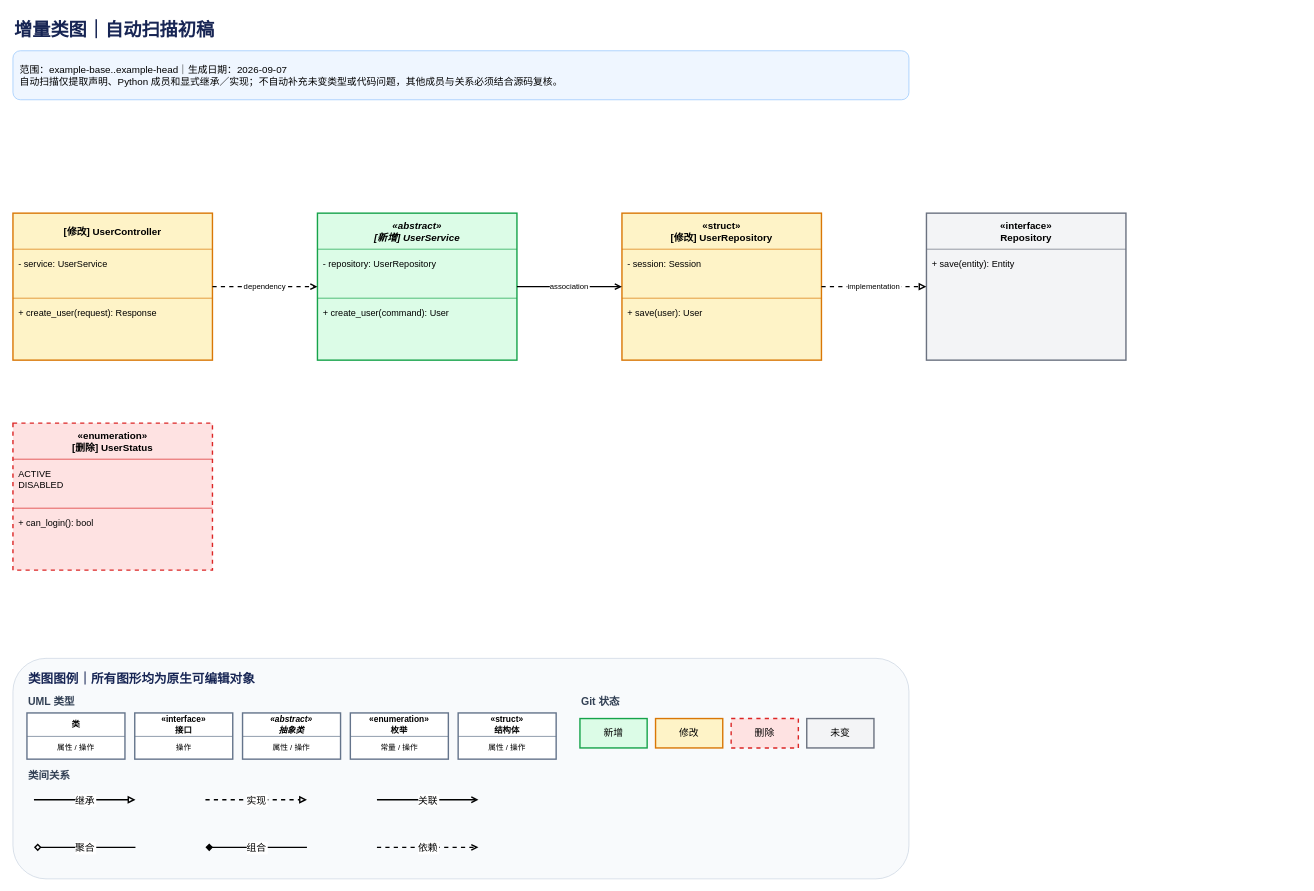
Before: assets/class-diagram-example.drawio in mycn6/incremental-class-diagram-generator, a draw.io diagram. Source tidied: cells renumbered, new cells numbered last; positions are measured from the earlier drawing's top-left corner, leaving out a move shared by most shapes. Both pictures are drawn from the tidied source at 70%, with x=0, y=0 at pixel (13, 12).
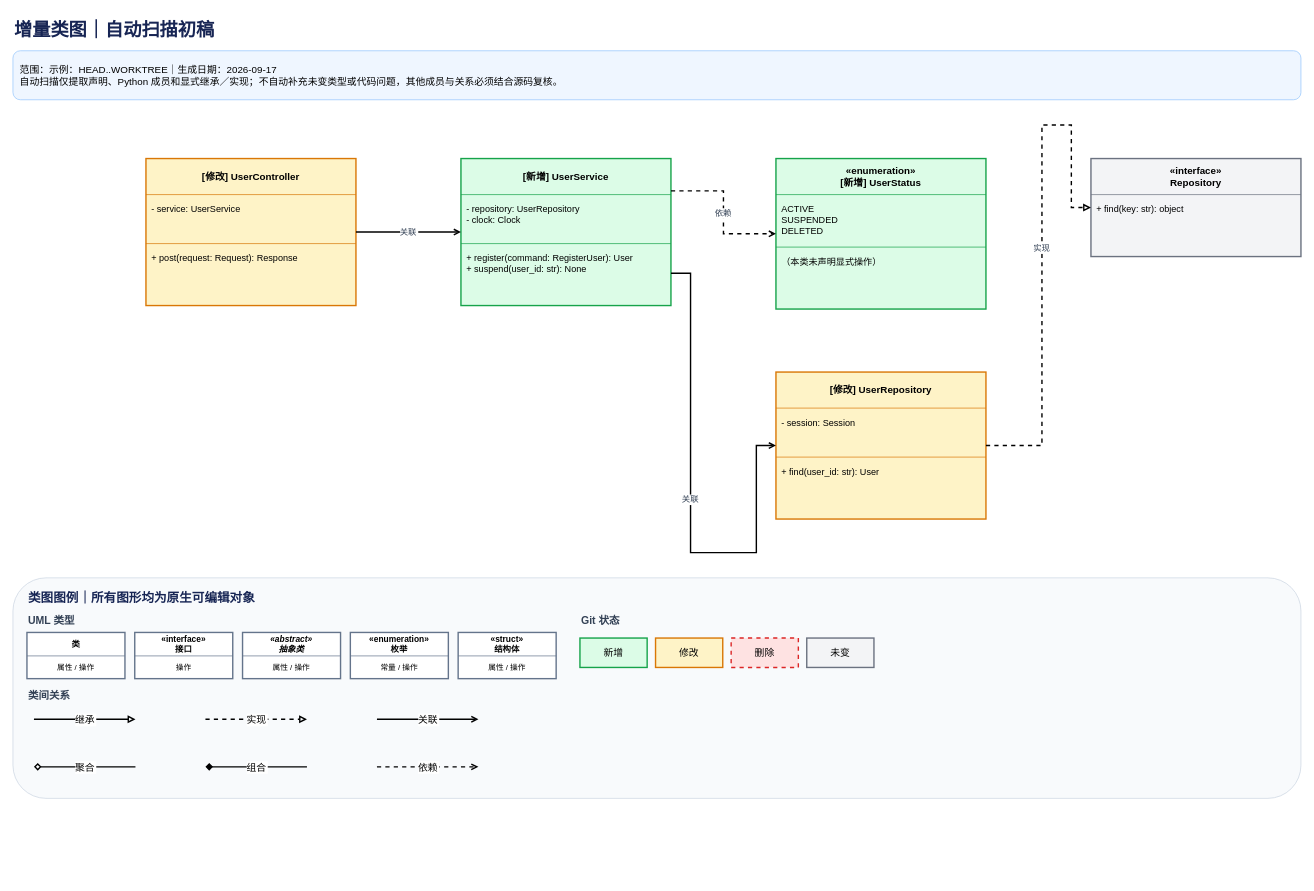
After the change.

Commit message (it also covers changes not shown here):
优化增量类图分页、排版与关系路由

Change to the diagram source:
```diff
@@
     <mxCell id="2" value="增量类图｜自动扫描初稿" style="text;html=0;align=left;verticalAlign=middle;fontFamily=Microsoft YaHei;fontSize=26;fontStyle=1;fontColor=#172554;" parent="1" vertex="1">
-      <mxGeometry width="1280" height="45" as="geometry" />
+      <mxGeometry width="1840" height="45" as="geometry" />
     </mxCell>
-    <mxCell id="3" value="范围：example-base..example-head｜生成日期：2026-09-07&#10;自动扫描仅提取声明、Python 成员和显式继承／实现；不自动补充未变类型或代码问题，其他成员与关系必须结合源码复核。" style="rounded=1;whiteSpace=wrap;html=0;align=left;verticalAlign=middle;fillColor=#EFF6FF;strokeColor=#93C5FD;fontFamily=Microsoft YaHei;fontSize=14;spacing=10;" parent="1" vertex="1">
-      <mxGeometry y="55" width="1280" height="70" as="geometry" />
+    <mxCell id="3" value="范围：示例：HEAD..WORKTREE｜生成日期：2026-09-17&#10;自动扫描仅提取声明、Python 成员和显式继承／实现；不自动补充未变类型或代码问题，其他成员与关系必须结合源码复核。" style="rounded=1;whiteSpace=wrap;html=0;align=left;verticalAlign=middle;fillColor=#EFF6FF;strokeColor=#93C5FD;fontFamily=Microsoft YaHei;fontSize=14;spacing=10;" parent="1" vertex="1">
+      <mxGeometry y="55" width="1840" height="70" as="geometry" />
     </mxCell>
     <mxCell id="4" style="shape=rectangle;rounded=0;whiteSpace=wrap;html=0;strokeWidth=2;align=center;verticalAlign=middle;spacing=0;fillColor=#DCFCE7;strokeColor=#16A34A;dashed=0;" parent="1" vertex="1">
-      <mxGeometry x="435" y="287" width="285" height="210" as="geometry" />
+      <mxGeometry x="640" y="209" width="300" height="210" as="geometry" />
     </mxCell>
-    <mxCell id="5" value="«abstract»&#10;[新增] UserService" style="shape=rectangle;rounded=0;whiteSpace=wrap;html=0;fillColor=none;strokeColor=none;fontFamily=Microsoft YaHei;fontSize=14;fontStyle=3;align=center;verticalAlign=middle;spacing=4;" parent="4" vertex="1">
-      <mxGeometry width="285" height="52" as="geometry" />
+    <mxCell id="5" value="[新增] UserService" style="shape=rectangle;rounded=0;whiteSpace=wrap;html=0;fillColor=none;strokeColor=none;fontFamily=Microsoft YaHei;fontSize=14;fontStyle=1;align=center;verticalAlign=middle;spacing=4;" parent="4" vertex="1">
+      <mxGeometry width="300" height="52" as="geometry" />
     </mxCell>
-    <mxCell id="6" value="- repository: UserRepository" style="shape=rectangle;rounded=0;whiteSpace=wrap;html=0;fillColor=none;strokeColor=none;fontFamily=Microsoft YaHei;fontSize=13;fontStyle=0;align=left;verticalAlign=top;spacing=8;" parent="4" vertex="1">
-      <mxGeometry y="52" width="285" height="70" as="geometry" />
+    <mxCell id="6" value="- repository: UserRepository&#10;- clock: Clock" style="shape=rectangle;rounded=0;whiteSpace=wrap;html=0;fillColor=none;strokeColor=none;fontFamily=Microsoft YaHei;fontSize=13;fontStyle=0;align=left;verticalAlign=top;spacing=8;" parent="4" vertex="1">
+      <mxGeometry y="52" width="300" height="70" as="geometry" />
     </mxCell>
-    <mxCell id="7" value="+ create_user(command): User" style="shape=rectangle;rounded=0;whiteSpace=wrap;html=0;fillColor=none;strokeColor=none;fontFamily=Microsoft YaHei;fontSize=13;fontStyle=0;align=left;verticalAlign=top;spacing=8;" parent="4" vertex="1">
-      <mxGeometry y="122" width="285" height="88" as="geometry" />
+    <mxCell id="7" value="+ register(command: RegisterUser): User&#10;+ suspend(user_id: str): None" style="shape=rectangle;rounded=0;whiteSpace=wrap;html=0;fillColor=none;strokeColor=none;fontFamily=Microsoft YaHei;fontSize=13;fontStyle=0;align=left;verticalAlign=top;spacing=8;" parent="4" vertex="1">
+      <mxGeometry y="122" width="300" height="88" as="geometry" />
     </mxCell>
     <mxCell id="8" style="shape=line;direction=east;strokeWidth=1;strokeColor=#16A34A;fillColor=none;" parent="4" vertex="1">
-      <mxGeometry y="51" width="285" height="1" as="geometry" />
+      <mxGeometry y="51" width="300" height="1" as="geometry" />
     </mxCell>
     <mxCell id="9" style="shape=line;direction=east;strokeWidth=1;strokeColor=#16A34A;fillColor=none;" parent="4" vertex="1">
-      <mxGeometry y="121" width="285" height="1" as="geometry" />
+      <mxGeometry y="121" width="300" height="1" as="geometry" />
     </mxCell>
-    <mxCell id="10" style="shape=rectangle;rounded=0;whiteSpace=wrap;html=0;strokeWidth=2;align=center;verticalAlign=middle;spacing=0;fillColor=#FEF3C7;strokeColor=#D97706;dashed=0;" parent="1" vertex="1">
-      <mxGeometry y="287" width="285" height="210" as="geometry" />
+    <mxCell id="10" style="shape=rectangle;rounded=0;whiteSpace=wrap;html=0;strokeWidth=2;align=center;verticalAlign=middle;spacing=0;fillColor=#DCFCE7;strokeColor=#16A34A;dashed=0;" parent="1" vertex="1">
+      <mxGeometry x="1090" y="209" width="300" height="215" as="geometry" />
     </mxCell>
-    <mxCell id="11" value="[修改] UserController" style="shape=rectangle;rounded=0;whiteSpace=wrap;html=0;fillColor=none;strokeColor=none;fontFamily=Microsoft YaHei;fontSize=14;fontStyle=1;align=center;verticalAlign=middle;spacing=4;" parent="10" vertex="1">
-      <mxGeometry width="285" height="52" as="geometry" />
+    <mxCell id="11" value="«enumeration»&#10;[新增] UserStatus" style="shape=rectangle;rounded=0;whiteSpace=wrap;html=0;fillColor=none;strokeColor=none;fontFamily=Microsoft YaHei;fontSize=14;fontStyle=1;align=center;verticalAlign=middle;spacing=4;" parent="10" vertex="1">
+      <mxGeometry width="300" height="52" as="geometry" />
     </mxCell>
-    <mxCell id="12" value="- service: UserService" style="shape=rectangle;rounded=0;whiteSpace=wrap;html=0;fillColor=none;strokeColor=none;fontFamily=Microsoft YaHei;fontSize=13;fontStyle=0;align=left;verticalAlign=top;spacing=8;" parent="10" vertex="1">
-      <mxGeometry y="52" width="285" height="70" as="geometry" />
-    </mxCell>
+    <mxCell id="70" value="ACTIVE&#10;SUSPENDED&#10;DELETED" style="shape=rectangle;rounded=0;whiteSpace=wrap;html=0;fillColor=none;strokeColor=none;fontFamily=Microsoft YaHei;fontSize=13;fontStyle=0;align=left;verticalAlign=top;spacing=8;" parent="10" vertex="1">
+      <mxGeometry y="52" width="300" height="75" as="geometry" />
+    </mxCell>
-    <mxCell id="13" value="+ create_user(request): Response" style="shape=rectangle;rounded=0;whiteSpace=wrap;html=0;fillColor=none;strokeColor=none;fontFamily=Microsoft YaHei;fontSize=13;fontStyle=0;align=left;verticalAlign=top;spacing=8;" parent="10" vertex="1">
-      <mxGeometry y="122" width="285" height="88" as="geometry" />
+    <mxCell id="13" value="（本类未声明显式操作）" style="shape=rectangle;rounded=0;whiteSpace=wrap;html=0;fillColor=none;strokeColor=none;fontFamily=Microsoft YaHei;fontSize=13;fontStyle=0;align=left;verticalAlign=top;spacing=8;" parent="10" vertex="1">
+      <mxGeometry y="127" width="300" height="88" as="geometry" />
     </mxCell>
-    <mxCell id="14" style="shape=line;direction=east;strokeWidth=1;strokeColor=#D97706;fillColor=none;" parent="10" vertex="1">
-      <mxGeometry y="51" width="285" height="1" as="geometry" />
+    <mxCell id="14" style="shape=line;direction=east;strokeWidth=1;strokeColor=#16A34A;fillColor=none;" parent="10" vertex="1">
+      <mxGeometry y="51" width="300" height="1" as="geometry" />
     </mxCell>
-    <mxCell id="15" style="shape=line;direction=east;strokeWidth=1;strokeColor=#D97706;fillColor=none;" parent="10" vertex="1">
-      <mxGeometry y="121" width="285" height="1" as="geometry" />
+    <mxCell id="15" style="shape=line;direction=east;strokeWidth=1;strokeColor=#16A34A;fillColor=none;" parent="10" vertex="1">
+      <mxGeometry y="126" width="300" height="1" as="geometry" />
     </mxCell>
     <mxCell id="16" style="shape=rectangle;rounded=0;whiteSpace=wrap;html=0;strokeWidth=2;align=center;verticalAlign=middle;spacing=0;fillColor=#FEF3C7;strokeColor=#D97706;dashed=0;" parent="1" vertex="1">
-      <mxGeometry x="870" y="287" width="285" height="210" as="geometry" />
+      <mxGeometry x="190" y="209" width="300" height="210" as="geometry" />
     </mxCell>
-    <mxCell id="17" value="«struct»&#10;[修改] UserRepository" style="shape=rectangle;rounded=0;whiteSpace=wrap;html=0;fillColor=none;strokeColor=none;fontFamily=Microsoft YaHei;fontSize=14;fontStyle=1;align=center;verticalAlign=middle;spacing=4;" parent="16" vertex="1">
-      <mxGeometry width="285" height="52" as="geometry" />
+    <mxCell id="17" value="[修改] UserController" style="shape=rectangle;rounded=0;whiteSpace=wrap;html=0;fillColor=none;strokeColor=none;fontFamily=Microsoft YaHei;fontSize=14;fontStyle=1;align=center;verticalAlign=middle;spacing=4;" parent="16" vertex="1">
+      <mxGeometry width="300" height="52" as="geometry" />
     </mxCell>
-    <mxCell id="18" value="- session: Session" style="shape=rectangle;rounded=0;whiteSpace=wrap;html=0;fillColor=none;strokeColor=none;fontFamily=Microsoft YaHei;fontSize=13;fontStyle=0;align=left;verticalAlign=top;spacing=8;" parent="16" vertex="1">
-      <mxGeometry y="52" width="285" height="70" as="geometry" />
+    <mxCell id="18" value="- service: UserService" style="shape=rectangle;rounded=0;whiteSpace=wrap;html=0;fillColor=none;strokeColor=none;fontFamily=Microsoft YaHei;fontSize=13;fontStyle=0;align=left;verticalAlign=top;spacing=8;" parent="16" vertex="1">
+      <mxGeometry y="52" width="300" height="70" as="geometry" />
     </mxCell>
-    <mxCell id="19" value="+ save(user): User" style="shape=rectangle;rounded=0;whiteSpace=wrap;html=0;fillColor=none;strokeColor=none;fontFamily=Microsoft YaHei;fontSize=13;fontStyle=0;align=left;verticalAlign=top;spacing=8;" parent="16" vertex="1">
-      <mxGeometry y="122" width="285" height="88" as="geometry" />
+    <mxCell id="19" value="+ post(request: Request): Response" style="shape=rectangle;rounded=0;whiteSpace=wrap;html=0;fillColor=none;strokeColor=none;fontFamily=Microsoft YaHei;fontSize=13;fontStyle=0;align=left;verticalAlign=top;spacing=8;" parent="16" vertex="1">
+      <mxGeometry y="122" width="300" height="88" as="geometry" />
     </mxCell>
     <mxCell id="20" style="shape=line;direction=east;strokeWidth=1;strokeColor=#D97706;fillColor=none;" parent="16" vertex="1">
-      <mxGeometry y="51" width="285" height="1" as="geometry" />
+      <mxGeometry y="51" width="300" height="1" as="geometry" />
     </mxCell>
     <mxCell id="21" style="shape=line;direction=east;strokeWidth=1;strokeColor=#D97706;fillColor=none;" parent="16" vertex="1">
-      <mxGeometry y="121" width="285" height="1" as="geometry" />
+      <mxGeometry y="121" width="300" height="1" as="geometry" />
     </mxCell>
-    <mxCell id="22" style="shape=rectangle;rounded=0;whiteSpace=wrap;html=0;strokeWidth=2;align=center;verticalAlign=middle;spacing=0;fillColor=#FEE2E2;strokeColor=#DC2626;dashed=1;" parent="1" vertex="1">
-      <mxGeometry y="587" width="285" height="210" as="geometry" />
+    <mxCell id="22" style="shape=rectangle;rounded=0;whiteSpace=wrap;html=0;strokeWidth=2;align=center;verticalAlign=middle;spacing=0;fillColor=#FEF3C7;strokeColor=#D97706;dashed=0;" parent="1" vertex="1">
+      <mxGeometry x="1090" y="514" width="300" height="210" as="geometry" />
     </mxCell>
-    <mxCell id="23" value="«enumeration»&#10;[删除] UserStatus" style="shape=rectangle;rounded=0;whiteSpace=wrap;html=0;fillColor=none;strokeColor=none;fontFamily=Microsoft YaHei;fontSize=14;fontStyle=1;align=center;verticalAlign=middle;spacing=4;" parent="22" vertex="1">
-      <mxGeometry width="285" height="52" as="geometry" />
+    <mxCell id="23" value="[修改] UserRepository" style="shape=rectangle;rounded=0;whiteSpace=wrap;html=0;fillColor=none;strokeColor=none;fontFamily=Microsoft YaHei;fontSize=14;fontStyle=1;align=center;verticalAlign=middle;spacing=4;" parent="22" vertex="1">
+      <mxGeometry width="300" height="52" as="geometry" />
     </mxCell>
-    <mxCell id="24" value="ACTIVE&#10;DISABLED" style="shape=rectangle;rounded=0;whiteSpace=wrap;html=0;fillColor=none;strokeColor=none;fontFamily=Microsoft YaHei;fontSize=13;fontStyle=0;align=left;verticalAlign=top;spacing=8;" parent="22" vertex="1">
-      <mxGeometry y="52" width="285" height="70" as="geometry" />
-    </mxCell>
+    <mxCell id="71" value="- session: Session" style="shape=rectangle;rounded=0;whiteSpace=wrap;html=0;fillColor=none;strokeColor=none;fontFamily=Microsoft YaHei;fontSize=13;fontStyle=0;align=left;verticalAlign=top;spacing=8;" parent="22" vertex="1">
+      <mxGeometry y="52" width="300" height="70" as="geometry" />
+    </mxCell>
-    <mxCell id="25" value="+ can_login(): bool" style="shape=rectangle;rounded=0;whiteSpace=wrap;html=0;fillColor=none;strokeColor=none;fontFamily=Microsoft YaHei;fontSize=13;fontStyle=0;align=left;verticalAlign=top;spacing=8;" parent="22" vertex="1">
-      <mxGeometry y="122" width="285" height="88" as="geometry" />
+    <mxCell id="25" value="+ find(user_id: str): User" style="shape=rectangle;rounded=0;whiteSpace=wrap;html=0;fillColor=none;strokeColor=none;fontFamily=Microsoft YaHei;fontSize=13;fontStyle=0;align=left;verticalAlign=top;spacing=8;" parent="22" vertex="1">
+      <mxGeometry y="122" width="300" height="88" as="geometry" />
     </mxCell>
-    <mxCell id="26" style="shape=line;direction=east;strokeWidth=1;strokeColor=#DC2626;fillColor=none;" parent="22" vertex="1">
-      <mxGeometry y="51" width="285" height="1" as="geometry" />
+    <mxCell id="26" style="shape=line;direction=east;strokeWidth=1;strokeColor=#D97706;fillColor=none;" parent="22" vertex="1">
+      <mxGeometry y="51" width="300" height="1" as="geometry" />
     </mxCell>
-    <mxCell id="27" style="shape=line;direction=east;strokeWidth=1;strokeColor=#DC2626;fillColor=none;" parent="22" vertex="1">
-      <mxGeometry y="121" width="285" height="1" as="geometry" />
+    <mxCell id="27" style="shape=line;direction=east;strokeWidth=1;strokeColor=#D97706;fillColor=none;" parent="22" vertex="1">
+      <mxGeometry y="121" width="300" height="1" as="geometry" />
     </mxCell>
     <mxCell id="28" style="shape=rectangle;rounded=0;whiteSpace=wrap;html=0;strokeWidth=2;align=center;verticalAlign=middle;spacing=0;fillColor=#F3F4F6;strokeColor=#6B7280;dashed=0;" parent="1" vertex="1">
-      <mxGeometry x="1305" y="287" width="285" height="210" as="geometry" />
+      <mxGeometry x="1540" y="209" width="300" height="140" as="geometry" />
     </mxCell>
     <mxCell id="29" value="«interface»&#10;Repository" style="shape=rectangle;rounded=0;whiteSpace=wrap;html=0;fillColor=none;strokeColor=none;fontFamily=Microsoft YaHei;fontSize=14;fontStyle=1;align=center;verticalAlign=middle;spacing=4;" parent="28" vertex="1">
-      <mxGeometry width="285" height="52" as="geometry" />
+      <mxGeometry width="300" height="52" as="geometry" />
     </mxCell>
-    <mxCell id="30" value="+ save(entity): Entity" style="shape=rectangle;rounded=0;whiteSpace=wrap;html=0;fillColor=none;strokeColor=none;fontFamily=Microsoft YaHei;fontSize=13;fontStyle=0;align=left;verticalAlign=top;spacing=8;" parent="28" vertex="1">
-      <mxGeometry y="52" width="285" height="158" as="geometry" />
+    <mxCell id="30" value="+ find(key: str): object" style="shape=rectangle;rounded=0;whiteSpace=wrap;html=0;fillColor=none;strokeColor=none;fontFamily=Microsoft YaHei;fontSize=13;fontStyle=0;align=left;verticalAlign=top;spacing=8;" parent="28" vertex="1">
+      <mxGeometry y="52" width="300" height="88" as="geometry" />
     </mxCell>
     <mxCell id="31" style="shape=line;direction=east;strokeWidth=1;strokeColor=#6B7280;fillColor=none;" parent="28" vertex="1">
-      <mxGeometry y="51" width="285" height="1" as="geometry" />
+      <mxGeometry y="51" width="300" height="1" as="geometry" />
     </mxCell>
-    <mxCell id="32" value="association" style="edgeStyle=orthogonalEdgeStyle;rounded=0;html=0;strokeWidth=2;startArrow=none;endArrow=open;endFill=0;dashed=0;exitX=1;exitY=0.5;exitPerimeter=1;entryX=0;entryY=0.5;entryPerimeter=1;" parent="1" edge="1" source="4" target="16">
-      <mxGeometry relative="1" as="geometry" />
+    <mxCell id="32" value="关联" style="edgeStyle=orthogonalEdgeStyle;rounded=0;html=0;strokeWidth=2;fontFamily=Microsoft YaHei;fontSize=12;fontColor=#334155;labelBackgroundColor=#FFFFFF;startArrow=none;endArrow=open;endFill=0;dashed=0;exitX=1;exitY=0.78;exitPerimeter=1;entryX=0;entryY=0.5;entryPerimeter=1;" parent="1" edge="1" source="4" target="22">
+      <mxGeometry relative="1" as="geometry">
+        <Array as="points">
+          <mxPoint x="968" y="372.8" />
+          <mxPoint x="968" y="772" />
+          <mxPoint x="1062" y="772" />
+          <mxPoint x="1062" y="619" />
+        </Array>
+      </mxGeometry>
     </mxCell>
-    <mxCell id="33" value="dependency" style="edgeStyle=orthogonalEdgeStyle;rounded=0;html=0;strokeWidth=2;startArrow=none;endArrow=open;endFill=0;dashed=1;exitX=1;exitY=0.5;exitPerimeter=1;entryX=0;entryY=0.5;entryPerimeter=1;" parent="1" edge="1" source="10" target="4">
-      <mxGeometry relative="1" as="geometry" />
+    <mxCell id="33" value="依赖" style="edgeStyle=orthogonalEdgeStyle;rounded=0;html=0;strokeWidth=2;fontFamily=Microsoft YaHei;fontSize=12;fontColor=#334155;labelBackgroundColor=#FFFFFF;startArrow=none;endArrow=open;endFill=0;dashed=1;exitX=1;exitY=0.22;exitPerimeter=1;entryX=0;entryY=0.5;entryPerimeter=1;" parent="1" edge="1" source="4" target="10">
+      <mxGeometry relative="1" as="geometry">
+        <Array as="points">
+          <mxPoint x="1015" y="255.2" />
+          <mxPoint x="1015" y="316.5" />
+        </Array>
+      </mxGeometry>
     </mxCell>
-    <mxCell id="34" value="implementation" style="edgeStyle=orthogonalEdgeStyle;rounded=0;html=0;strokeWidth=2;startArrow=none;endArrow=block;endFill=0;dashed=1;exitX=1;exitY=0.5;exitPerimeter=1;entryX=0;entryY=0.5;entryPerimeter=1;" parent="1" edge="1" source="16" target="28">
+    <mxCell id="34" value="关联" style="edgeStyle=orthogonalEdgeStyle;rounded=0;html=0;strokeWidth=2;fontFamily=Microsoft YaHei;fontSize=12;fontColor=#334155;labelBackgroundColor=#FFFFFF;startArrow=none;endArrow=open;endFill=0;dashed=0;exitX=1;exitY=0.5;exitPerimeter=1;entryX=0;entryY=0.5;entryPerimeter=1;" parent="1" edge="1" source="16" target="4">
       <mxGeometry relative="1" as="geometry" />
     </mxCell>
+    <mxCell id="72" value="实现" style="edgeStyle=orthogonalEdgeStyle;rounded=0;html=0;strokeWidth=2;fontFamily=Microsoft YaHei;fontSize=12;fontColor=#334155;labelBackgroundColor=#FFFFFF;startArrow=none;endArrow=block;endFill=0;dashed=1;exitX=1;exitY=0.5;exitPerimeter=1;entryX=0;entryY=0.5;entryPerimeter=1;" parent="1" edge="1" source="22" target="28">
+      <mxGeometry relative="1" as="geometry">
+        <Array as="points">
+          <mxPoint x="1470" y="619" />
+          <mxPoint x="1470" y="161" />
+          <mxPoint x="1512" y="161" />
+          <mxPoint x="1512" y="279" />
+        </Array>
+      </mxGeometry>
+    </mxCell>
     <mxCell id="35" style="rounded=1;whiteSpace=wrap;html=0;fillColor=#F8FAFC;strokeColor=#CBD5E1;" parent="1" vertex="1">
-      <mxGeometry y="923" width="1280" height="315" as="geometry" />
+      <mxGeometry y="808" width="1840" height="315" as="geometry" />
     </mxCell>
     <mxCell id="36" value="类图图例｜所有图形均为原生可编辑对象" style="text;html=0;align=left;verticalAlign=middle;fontFamily=Microsoft YaHei;fontSize=18;fontStyle=1;fontColor=#172554;" parent="35" vertex="1">
-      <mxGeometry x="20" y="12" width="1235" height="30" as="geometry" />
+      <mxGeometry x="20" y="12" width="1800" height="30" as="geometry" />
     </mxCell>
```
